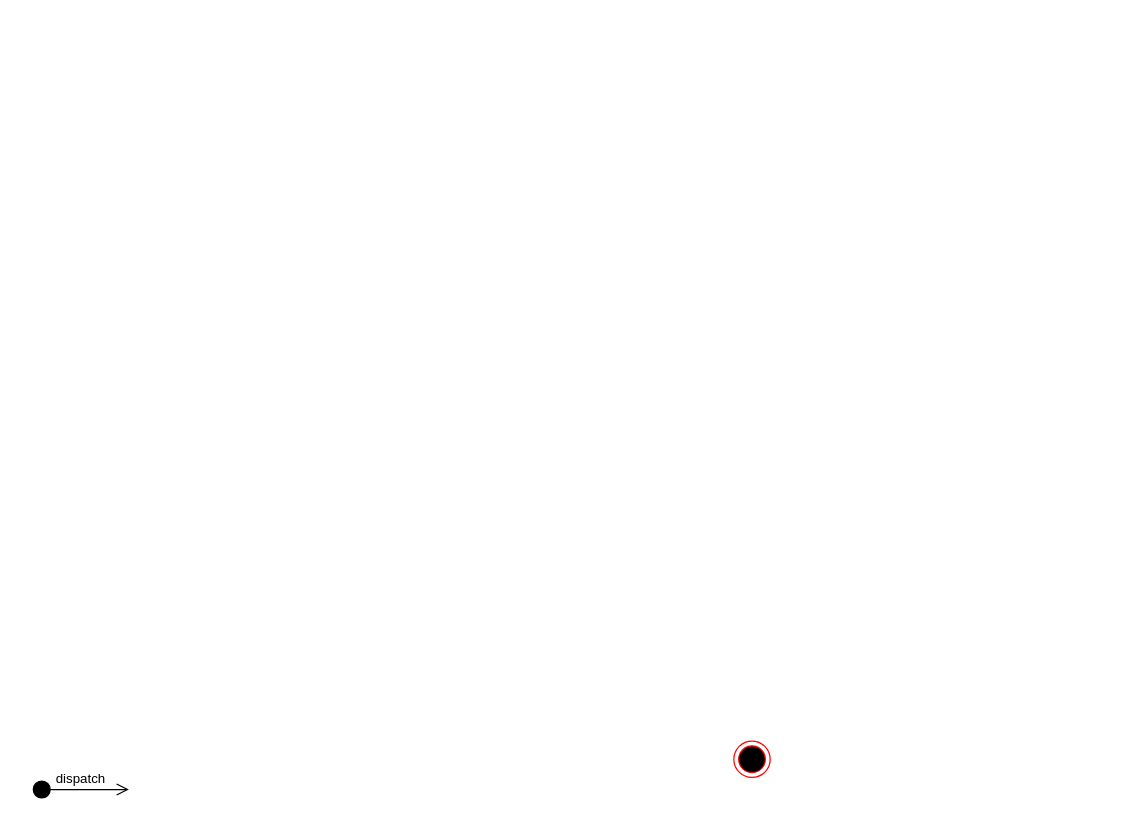
This is page "Diagrama de Atividades" (5 of 5) of TrabalhoEngenhariaSoftware.drawio from brunanoroes/Trabalho-eng-soft, a draw.io file, before an edit. Source tidied: cells renumbered, new cells numbered last; positions are measured from the earlier drawing's top-left corner, leaving out a move shared by most shapes. Both pictures are drawn from the tidied source at 121%, with x=0, y=0 at pixel (31, 741).
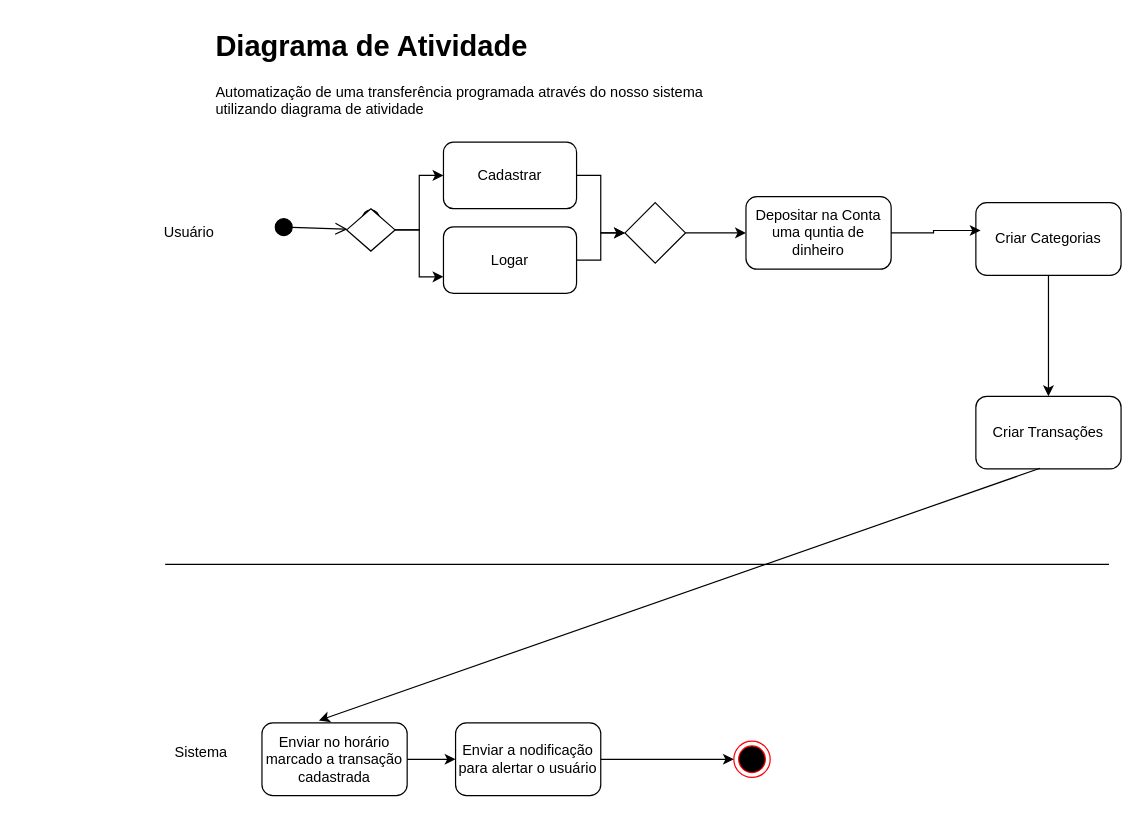
The same page after the edit.

Unchanged cells that the change refers to:
```xml
<mxCell id="2" style="ellipse;html=1;shape=endState;fillColor=#000000;strokeColor=#ff0000;" parent="1" vertex="1">
  <mxGeometry x="580" width="30" height="30" as="geometry" />
</mxCell>
```

The edit, as a diff of the source:
```diff
@@
-    <mxCell id="3" value="dispatch" style="html=1;verticalAlign=bottom;startArrow=circle;startFill=1;endArrow=open;startSize=6;endSize=8;curved=0;rounded=0;" parent="1" edge="1">
+    <mxCell id="3" style="html=1;verticalAlign=bottom;startArrow=circle;startFill=1;endArrow=open;startSize=6;endSize=8;curved=0;rounded=0;" parent="1" edge="1" source="13">
       <mxGeometry relative="1" as="geometry">
-        <mxPoint y="40" as="sourcePoint" />
-        <mxPoint x="80" y="40" as="targetPoint" />
+        <mxPoint x="280" y="-425" as="targetPoint" />
       </mxGeometry>
     </mxCell>
+    <mxCell id="4" value="&lt;h1 style=&quot;margin-top: 0px;&quot;&gt;Diagrama de Atividade&lt;/h1&gt;&lt;p&gt;Automatização de uma transferência programada através do nosso sistema utilizando diagrama de atividade&lt;/p&gt;" style="text;html=1;whiteSpace=wrap;overflow=hidden;rounded=0;" parent="1" vertex="1">
+      <mxGeometry x="150" y="-595" width="420" height="120" as="geometry" />
+    </mxCell>
+    <mxCell id="5" style="line;strokeWidth=1;fillColor=none;align=left;verticalAlign=middle;spacingTop=-1;spacingLeft=3;spacingRight=3;labelPosition=right;strokeColor=inherit;" parent="1" vertex="1">
+      <mxGeometry x="110" y="-155" width="780" height="18" as="geometry" />
+    </mxCell>
+    <mxCell id="6" value="Usuário" style="text;html=1;align=center;verticalAlign=middle;whiteSpace=wrap;rounded=0;" parent="1" vertex="1">
+      <mxGeometry x="100" y="-435" width="60" height="30" as="geometry" />
+    </mxCell>
+    <mxCell id="7" value="Sistema" style="text;html=1;align=center;verticalAlign=middle;whiteSpace=wrap;rounded=0;" parent="1" vertex="1">
+      <mxGeometry x="110" y="-5" width="60" height="30" as="geometry" />
+    </mxCell>
+    <mxCell id="8" style="edgeStyle=orthogonalEdgeStyle;rounded=0;jettySize=auto;html=1;entryX=0;entryY=0.5;entryDx=0;entryDy=0;" parent="1" edge="1" source="9" target="17">
+      <mxGeometry relative="1" as="geometry" />
+    </mxCell>
+    <mxCell id="9" value="Cadastrar" style="rounded=1;whiteSpace=wrap;html=1;" parent="1" vertex="1">
+      <mxGeometry x="340" y="-495" width="110" height="55" as="geometry" />
+    </mxCell>
+    <mxCell id="10" style="html=1;verticalAlign=bottom;startArrow=circle;startFill=1;endArrow=open;startSize=6;endSize=8;curved=0;rounded=0;" parent="1" edge="1" target="13">
+      <mxGeometry relative="1" as="geometry">
+        <mxPoint x="200" y="-425" as="sourcePoint" />
+      </mxGeometry>
+    </mxCell>
+    <mxCell id="11" style="edgeStyle=orthogonalEdgeStyle;rounded=0;jettySize=auto;html=1;entryX=0;entryY=0.5;entryDx=0;entryDy=0;" parent="1" edge="1" source="13" target="9">
+      <mxGeometry relative="1" as="geometry" />
+    </mxCell>
+    <mxCell id="12" style="edgeStyle=orthogonalEdgeStyle;rounded=0;jettySize=auto;html=1;exitX=1;exitY=0.5;exitDx=0;exitDy=0;entryX=0;entryY=0.75;entryDx=0;entryDy=0;" parent="1" edge="1" source="13" target="15">
+      <mxGeometry relative="1" as="geometry" />
+    </mxCell>
+    <mxCell id="13" style="rhombus;whiteSpace=wrap;html=1;" parent="1" vertex="1">
+      <mxGeometry x="260" y="-440" width="40" height="35" as="geometry" />
+    </mxCell>
+    <mxCell id="14" style="edgeStyle=orthogonalEdgeStyle;rounded=0;jettySize=auto;html=1;entryX=0;entryY=0.5;entryDx=0;entryDy=0;" parent="1" edge="1" source="15" target="17">
+      <mxGeometry relative="1" as="geometry" />
+    </mxCell>
+    <mxCell id="15" value="Logar" style="rounded=1;whiteSpace=wrap;html=1;" parent="1" vertex="1">
+      <mxGeometry x="340" y="-425" width="110" height="55" as="geometry" />
+    </mxCell>
+    <mxCell id="16" style="edgeStyle=orthogonalEdgeStyle;rounded=0;jettySize=auto;html=1;entryX=0;entryY=0.5;entryDx=0;entryDy=0;" parent="1" edge="1" source="17" target="22">
+      <mxGeometry relative="1" as="geometry" />
+    </mxCell>
+    <mxCell id="17" style="rhombus;whiteSpace=wrap;html=1;" parent="1" vertex="1">
+      <mxGeometry x="490" y="-445" width="50" height="50" as="geometry" />
+    </mxCell>
+    <mxCell id="18" style="edgeStyle=orthogonalEdgeStyle;rounded=0;jettySize=auto;html=1;" parent="1" edge="1" source="19" target="20">
+      <mxGeometry relative="1" as="geometry" />
+    </mxCell>
+    <mxCell id="19" value="Criar Categorias" style="rounded=1;whiteSpace=wrap;html=1;" parent="1" vertex="1">
+      <mxGeometry x="780" y="-445" width="120" height="60" as="geometry" />
+    </mxCell>
+    <mxCell id="20" value="Criar Transações" style="rounded=1;whiteSpace=wrap;html=1;" parent="1" vertex="1">
+      <mxGeometry x="780" y="-285" width="120" height="60" as="geometry" />
+    </mxCell>
+    <mxCell id="21" style="endArrow=classic;html=1;rounded=0;exitX=0.442;exitY=0.992;exitDx=0;exitDy=0;exitPerimeter=0;entryX=0.392;entryY=-0.033;entryDx=0;entryDy=0;entryPerimeter=0;" parent="1" edge="1" source="20" target="25">
+      <mxGeometry relative="1" as="geometry" />
+    </mxCell>
+    <mxCell id="22" value="Depositar na Conta uma quntia de dinheiro" style="rounded=1;whiteSpace=wrap;html=1;" parent="1" vertex="1">
+      <mxGeometry x="590" y="-450" width="120" height="60" as="geometry" />
+    </mxCell>
+    <mxCell id="23" style="edgeStyle=orthogonalEdgeStyle;rounded=0;jettySize=auto;html=1;entryX=0.033;entryY=0.383;entryDx=0;entryDy=0;entryPerimeter=0;" parent="1" edge="1" source="22" target="19">
+      <mxGeometry relative="1" as="geometry" />
+    </mxCell>
+    <mxCell id="24" style="edgeStyle=orthogonalEdgeStyle;rounded=0;jettySize=auto;html=1;" parent="1" edge="1" source="25" target="27">
+      <mxGeometry relative="1" as="geometry" />
+    </mxCell>
+    <mxCell id="25" value="Enviar no horário marcado a transação cadastrada" style="rounded=1;whiteSpace=wrap;html=1;" parent="1" vertex="1">
+      <mxGeometry x="190" y="-15" width="120" height="60" as="geometry" />
+    </mxCell>
+    <mxCell id="26" style="edgeStyle=orthogonalEdgeStyle;rounded=0;jettySize=auto;html=1;" parent="1" edge="1" source="27" target="2">
+      <mxGeometry relative="1" as="geometry" />
+    </mxCell>
+    <mxCell id="27" value="Enviar a nodificação para alertar o usuário" style="rounded=1;whiteSpace=wrap;html=1;" parent="1" vertex="1">
+      <mxGeometry x="350" y="-15" width="120" height="60" as="geometry" />
+    </mxCell>
```
